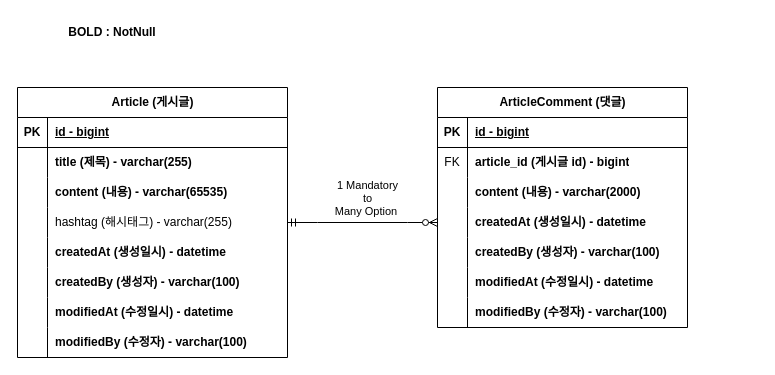
mykim8710/project-board keeps this draw.io diagram as document/project-board_ERD.drawio. Above is the earlier version. Source tidied: cells renumbered, new cells numbered last; positions are measured from the earlier drawing's top-left corner, leaving out a move shared by most shapes. Both pictures are drawn from the tidied source at 100%, with x=0, y=0 at pixel (17, 17).
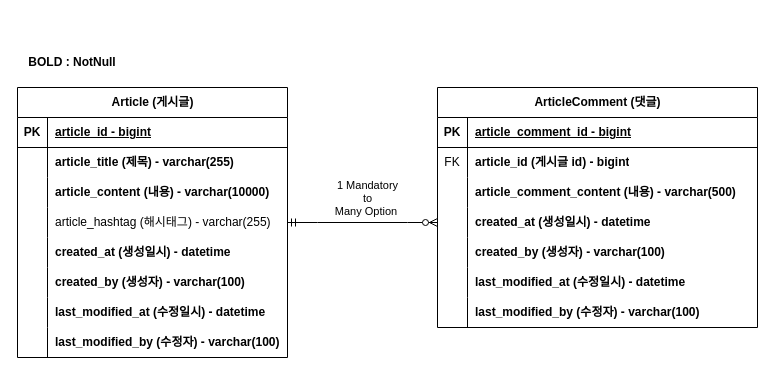
After the change.

Commit message:
MAIN - 엔티티객체 변환과정에서 수정사항에 대해 erd 다이어그램에 반영

Unchanged cells that the change refers to:
```xml
<mxCell id="3" style="shape=tableRow;horizontal=0;startSize=0;swimlaneHead=0;swimlaneBody=0;fillColor=none;top=0;left=0;right=0;bottom=1;" parent="2" vertex="1">
  <mxGeometry y="30" width="270" height="30" as="geometry" />
</mxCell>
<mxCell id="6" style="shape=tableRow;horizontal=0;startSize=0;swimlaneHead=0;swimlaneBody=0;fillColor=none;top=0;left=0;right=0;bottom=0;" parent="2" vertex="1">
  <mxGeometry y="60" width="270" height="30" as="geometry" />
</mxCell>
<mxCell id="9" style="shape=tableRow;horizontal=0;startSize=0;swimlaneHead=0;swimlaneBody=0;fillColor=none;top=0;left=0;right=0;bottom=0;" parent="2" vertex="1">
  <mxGeometry y="90" width="270" height="30" as="geometry" />
</mxCell>
<mxCell id="12" style="shape=tableRow;horizontal=0;startSize=0;swimlaneHead=0;swimlaneBody=0;fillColor=none;points=[[0,0.5],[1,0.5]];portConstraint=eastwest;top=0;left=0;right=0;bottom=0;" parent="2" vertex="1">
  <mxGeometry y="120" width="270" height="30" as="geometry" />
</mxCell>
<mxCell id="15" style="shape=tableRow;horizontal=0;startSize=0;swimlaneHead=0;swimlaneBody=0;fillColor=none;top=0;left=0;right=0;bottom=0;" parent="2" vertex="1">
  <mxGeometry y="150" width="270" height="30" as="geometry" />
</mxCell>
<mxCell id="18" style="shape=tableRow;horizontal=0;startSize=0;swimlaneHead=0;swimlaneBody=0;fillColor=none;top=0;left=0;right=0;bottom=0;" parent="2" vertex="1">
  <mxGeometry y="180" width="270" height="30" as="geometry" />
</mxCell>
<mxCell id="21" style="shape=tableRow;horizontal=0;startSize=0;swimlaneHead=0;swimlaneBody=0;fillColor=none;top=0;left=0;right=0;bottom=0;" parent="2" vertex="1">
  <mxGeometry y="210" width="270" height="30" as="geometry" />
</mxCell>
<mxCell id="24" style="shape=tableRow;horizontal=0;startSize=0;swimlaneHead=0;swimlaneBody=0;fillColor=none;top=0;left=0;right=0;bottom=0;" parent="2" vertex="1">
  <mxGeometry y="240" width="270" height="30" as="geometry" />
</mxCell>
```

What changed in the source:
```diff
@@
-    <mxCell id="5" value="id - bigint" style="shape=partialRectangle;fillColor=none;top=0;left=0;bottom=0;right=0;align=left;spacingLeft=6;fontStyle=5;overflow=hidden;whiteSpace=wrap;html=1;" parent="3" vertex="1">
+    <mxCell id="5" value="article_id - bigint" style="shape=partialRectangle;fillColor=none;top=0;left=0;bottom=0;right=0;align=left;spacingLeft=6;fontStyle=5;overflow=hidden;whiteSpace=wrap;html=1;" parent="3" vertex="1">
       <mxGeometry x="30" width="240" height="30" as="geometry" />
     </mxCell>
@@
-    <mxCell id="8" value="title (제목) - varchar(255)" style="shape=partialRectangle;fillColor=none;top=0;left=0;bottom=0;right=0;align=left;spacingLeft=6;overflow=hidden;whiteSpace=wrap;html=1;fontStyle=1;" parent="6" vertex="1">
+    <mxCell id="8" value="article_title (제목) - varchar(255)" style="shape=partialRectangle;fillColor=none;top=0;left=0;bottom=0;right=0;align=left;spacingLeft=6;overflow=hidden;whiteSpace=wrap;html=1;fontStyle=1;" parent="6" vertex="1">
       <mxGeometry x="30" width="240" height="30" as="geometry" />
     </mxCell>
@@
-    <mxCell id="11" value="content (내용)&amp;nbsp;- varchar(65535)" style="shape=partialRectangle;fillColor=none;top=0;left=0;bottom=0;right=0;align=left;spacingLeft=6;overflow=hidden;whiteSpace=wrap;html=1;fontStyle=1;" parent="9" vertex="1">
+    <mxCell id="11" value="article_content (내용)&amp;nbsp;- varchar(10000)" style="shape=partialRectangle;fillColor=none;top=0;left=0;bottom=0;right=0;align=left;spacingLeft=6;overflow=hidden;whiteSpace=wrap;html=1;fontStyle=1;" parent="9" vertex="1">
       <mxGeometry x="30" width="240" height="30" as="geometry" />
     </mxCell>
@@
-    <mxCell id="14" value="hashtag (해시태그) - varchar(255)" style="shape=partialRectangle;fillColor=none;top=0;left=0;bottom=0;right=0;align=left;spacingLeft=6;overflow=hidden;whiteSpace=wrap;html=1;" parent="12" vertex="1">
+    <mxCell id="14" value="article_hashtag (해시태그) - varchar(255)" style="shape=partialRectangle;fillColor=none;top=0;left=0;bottom=0;right=0;align=left;spacingLeft=6;overflow=hidden;whiteSpace=wrap;html=1;" parent="12" vertex="1">
       <mxGeometry x="30" width="240" height="30" as="geometry" />
     </mxCell>
@@
-    <mxCell id="17" value="createdAt (생성일시) - datetime" style="shape=partialRectangle;fillColor=none;top=0;left=0;bottom=0;right=0;align=left;spacingLeft=6;overflow=hidden;whiteSpace=wrap;html=1;fontStyle=1;" parent="15" vertex="1">
+    <mxCell id="17" value="created_at (생성일시) - datetime" style="shape=partialRectangle;fillColor=none;top=0;left=0;bottom=0;right=0;align=left;spacingLeft=6;overflow=hidden;whiteSpace=wrap;html=1;fontStyle=1;" parent="15" vertex="1">
       <mxGeometry x="30" width="240" height="30" as="geometry" />
     </mxCell>
@@
-    <mxCell id="20" value="createdBy (생성자)&amp;nbsp;- varchar(100)" style="shape=partialRectangle;fillColor=none;top=0;left=0;bottom=0;right=0;align=left;spacingLeft=6;overflow=hidden;whiteSpace=wrap;html=1;fontStyle=1;" parent="18" vertex="1">
+    <mxCell id="20" value="created_by (생성자)&amp;nbsp;- varchar(100)" style="shape=partialRectangle;fillColor=none;top=0;left=0;bottom=0;right=0;align=left;spacingLeft=6;overflow=hidden;whiteSpace=wrap;html=1;fontStyle=1;" parent="18" vertex="1">
       <mxGeometry x="30" width="240" height="30" as="geometry" />
     </mxCell>
@@
-    <mxCell id="23" value="modifiedAt (수정일시)&amp;nbsp;- datetime" style="shape=partialRectangle;fillColor=none;top=0;left=0;bottom=0;right=0;align=left;spacingLeft=6;overflow=hidden;whiteSpace=wrap;html=1;fontStyle=1;" parent="21" vertex="1">
+    <mxCell id="23" value="last_modified_at (수정일시)&amp;nbsp;- datetime" style="shape=partialRectangle;fillColor=none;top=0;left=0;bottom=0;right=0;align=left;spacingLeft=6;overflow=hidden;whiteSpace=wrap;html=1;fontStyle=1;" parent="21" vertex="1">
       <mxGeometry x="30" width="240" height="30" as="geometry" />
     </mxCell>
@@
-    <mxCell id="26" value="modifiedBy (수정자)&amp;nbsp;- varchar(100)" style="shape=partialRectangle;fillColor=none;top=0;left=0;bottom=0;right=0;align=left;spacingLeft=6;overflow=hidden;whiteSpace=wrap;html=1;fontStyle=1;" parent="24" vertex="1">
+    <mxCell id="26" value="last_modified_by (수정자)&amp;nbsp;- varchar(100)" style="shape=partialRectangle;fillColor=none;top=0;left=0;bottom=0;right=0;align=left;spacingLeft=6;overflow=hidden;whiteSpace=wrap;html=1;fontStyle=1;" parent="24" vertex="1">
       <mxGeometry x="30" width="240" height="30" as="geometry" />
     </mxCell>
     <mxCell id="27" value="ArticleComment (댓글)" style="shape=table;startSize=30;childLayout=tableLayout;rowLines=0;fontStyle=1;align=center;html=1;" parent="1" vertex="1">
-      <mxGeometry x="420" y="70" width="250" height="240" as="geometry" />
+      <mxGeometry x="420" y="70" width="320" height="240" as="geometry" />
     </mxCell>
     <mxCell id="28" style="shape=tableRow;horizontal=0;startSize=0;swimlaneHead=0;swimlaneBody=0;fillColor=none;top=0;left=0;right=0;bottom=1;" parent="27" vertex="1">
-      <mxGeometry y="30" width="250" height="30" as="geometry" />
+      <mxGeometry y="30" width="320" height="30" as="geometry" />
     </mxCell>
@@
-    <mxCell id="30" value="id&amp;nbsp;- bigint" style="shape=partialRectangle;fillColor=none;top=0;left=0;bottom=0;right=0;align=left;spacingLeft=6;fontStyle=5;overflow=hidden;whiteSpace=wrap;html=1;" parent="28" vertex="1">
-      <mxGeometry x="30" width="220" height="30" as="geometry" />
+    <mxCell id="30" value="article_comment_id&amp;nbsp;- bigint" style="shape=partialRectangle;fillColor=none;top=0;left=0;bottom=0;right=0;align=left;spacingLeft=6;fontStyle=5;overflow=hidden;whiteSpace=wrap;html=1;" parent="28" vertex="1">
+      <mxGeometry x="30" width="290" height="30" as="geometry" />
     </mxCell>
     <mxCell id="31" style="shape=tableRow;horizontal=0;startSize=0;swimlaneHead=0;swimlaneBody=0;fillColor=none;top=0;left=0;right=0;bottom=0;" parent="27" vertex="1">
-      <mxGeometry y="60" width="250" height="30" as="geometry" />
+      <mxGeometry y="60" width="320" height="30" as="geometry" />
     </mxCell>
@@
     <mxCell id="33" value="article_id (게시글 id)&amp;nbsp;- bigint" style="shape=partialRectangle;fillColor=none;top=0;left=0;bottom=0;right=0;align=left;spacingLeft=6;overflow=hidden;whiteSpace=wrap;html=1;fontStyle=1;" parent="31" vertex="1">
-      <mxGeometry x="30" width="220" height="30" as="geometry" />
+      <mxGeometry x="30" width="290" height="30" as="geometry" />
     </mxCell>
     <mxCell id="34" style="shape=tableRow;horizontal=0;startSize=0;swimlaneHead=0;swimlaneBody=0;fillColor=none;top=0;left=0;right=0;bottom=0;" parent="27" vertex="1">
-      <mxGeometry y="90" width="250" height="30" as="geometry" />
+      <mxGeometry y="90" width="320" height="30" as="geometry" />
     </mxCell>
@@
-    <mxCell id="36" value="content (내용)&amp;nbsp;- varchar(2000)" style="shape=partialRectangle;fillColor=none;top=0;left=0;bottom=0;right=0;align=left;spacingLeft=6;overflow=hidden;whiteSpace=wrap;html=1;fontStyle=1;" parent="34" vertex="1">
-      <mxGeometry x="30" width="220" height="30" as="geometry" />
+    <mxCell id="36" value="article_comment_content (내용)&amp;nbsp;- varchar(500)" style="shape=partialRectangle;fillColor=none;top=0;left=0;bottom=0;right=0;align=left;spacingLeft=6;overflow=hidden;whiteSpace=wrap;html=1;fontStyle=1;" parent="34" vertex="1">
+      <mxGeometry x="30" width="290" height="30" as="geometry" />
     </mxCell>
     <mxCell id="37" style="shape=tableRow;horizontal=0;startSize=0;swimlaneHead=0;swimlaneBody=0;fillColor=none;points=[[0,0.5],[1,0.5]];portConstraint=eastwest;top=0;left=0;right=0;bottom=0;" parent="27" vertex="1">
-      <mxGeometry y="120" width="250" height="30" as="geometry" />
+      <mxGeometry y="120" width="320" height="30" as="geometry" />
     </mxCell>
@@
-    <mxCell id="39" value="createdAt (생성일시)&amp;nbsp;- datetime" style="shape=partialRectangle;fillColor=none;top=0;left=0;bottom=0;right=0;align=left;spacingLeft=6;overflow=hidden;whiteSpace=wrap;html=1;fontStyle=1;" parent="37" vertex="1">
-      <mxGeometry x="30" width="220" height="30" as="geometry" />
+    <mxCell id="39" value="created_at (생성일시)&amp;nbsp;- datetime" style="shape=partialRectangle;fillColor=none;top=0;left=0;bottom=0;right=0;align=left;spacingLeft=6;overflow=hidden;whiteSpace=wrap;html=1;fontStyle=1;" parent="37" vertex="1">
+      <mxGeometry x="30" width="290" height="30" as="geometry" />
     </mxCell>
     <mxCell id="40" style="shape=tableRow;horizontal=0;startSize=0;swimlaneHead=0;swimlaneBody=0;fillColor=none;top=0;left=0;right=0;bottom=0;" parent="27" vertex="1">
-      <mxGeometry y="150" width="250" height="30" as="geometry" />
+      <mxGeometry y="150" width="320" height="30" as="geometry" />
     </mxCell>
@@
-    <mxCell id="42" value="createdBy (생성자)&amp;nbsp;- varchar(100)" style="shape=partialRectangle;fillColor=none;top=0;left=0;bottom=0;right=0;align=left;spacingLeft=6;overflow=hidden;whiteSpace=wrap;html=1;fontStyle=1;" parent="40" vertex="1">
-      <mxGeometry x="30" width="220" height="30" as="geometry" />
+    <mxCell id="42" value="created_by (생성자)&amp;nbsp;- varchar(100)" style="shape=partialRectangle;fillColor=none;top=0;left=0;bottom=0;right=0;align=left;spacingLeft=6;overflow=hidden;whiteSpace=wrap;html=1;fontStyle=1;" parent="40" vertex="1">
+      <mxGeometry x="30" width="290" height="30" as="geometry" />
     </mxCell>
     <mxCell id="43" style="shape=tableRow;horizontal=0;startSize=0;swimlaneHead=0;swimlaneBody=0;fillColor=none;top=0;left=0;right=0;bottom=0;" parent="27" vertex="1">
-      <mxGeometry y="180" width="250" height="30" as="geometry" />
+      <mxGeometry y="180" width="320" height="30" as="geometry" />
     </mxCell>
@@
-    <mxCell id="45" value="modifiedAt (수정일시)&amp;nbsp;- datetime" style="shape=partialRectangle;fillColor=none;top=0;left=0;bottom=0;right=0;align=left;spacingLeft=6;overflow=hidden;whiteSpace=wrap;html=1;fontStyle=1;" parent="43" vertex="1">
-      <mxGeometry x="30" width="220" height="30" as="geometry" />
+    <mxCell id="45" value="last_modified_at (수정일시)&amp;nbsp;- datetime" style="shape=partialRectangle;fillColor=none;top=0;left=0;bottom=0;right=0;align=left;spacingLeft=6;overflow=hidden;whiteSpace=wrap;html=1;fontStyle=1;" parent="43" vertex="1">
+      <mxGeometry x="30" width="290" height="30" as="geometry" />
     </mxCell>
     <mxCell id="46" style="shape=tableRow;horizontal=0;startSize=0;swimlaneHead=0;swimlaneBody=0;fillColor=none;top=0;left=0;right=0;bottom=0;" parent="27" vertex="1">
-      <mxGeometry y="210" width="250" height="30" as="geometry" />
+      <mxGeometry y="210" width="320" height="30" as="geometry" />
     </mxCell>
@@
-    <mxCell id="48" value="modifiedBy (수정자)&amp;nbsp;- varchar(100)" style="shape=partialRectangle;fillColor=none;top=0;left=0;bottom=0;right=0;align=left;spacingLeft=6;overflow=hidden;whiteSpace=wrap;html=1;fontStyle=1;" parent="46" vertex="1">
-      <mxGeometry x="30" width="220" height="30" as="geometry" />
+    <mxCell id="48" value="last_modified_by (수정자)&amp;nbsp;- varchar(100)" style="shape=partialRectangle;fillColor=none;top=0;left=0;bottom=0;right=0;align=left;spacingLeft=6;overflow=hidden;whiteSpace=wrap;html=1;fontStyle=1;" parent="46" vertex="1">
+      <mxGeometry x="30" width="290" height="30" as="geometry" />
     </mxCell>
@@
     <mxCell id="51" value="&lt;b&gt;BOLD : NotNull&lt;/b&gt;" style="text;html=1;strokeColor=none;fillColor=none;align=center;verticalAlign=middle;whiteSpace=wrap;rounded=0;" parent="1" vertex="1">
-      <mxGeometry x="40" width="110" height="30" as="geometry" />
+      <mxGeometry y="30" width="110" height="30" as="geometry" />
     </mxCell>
```
